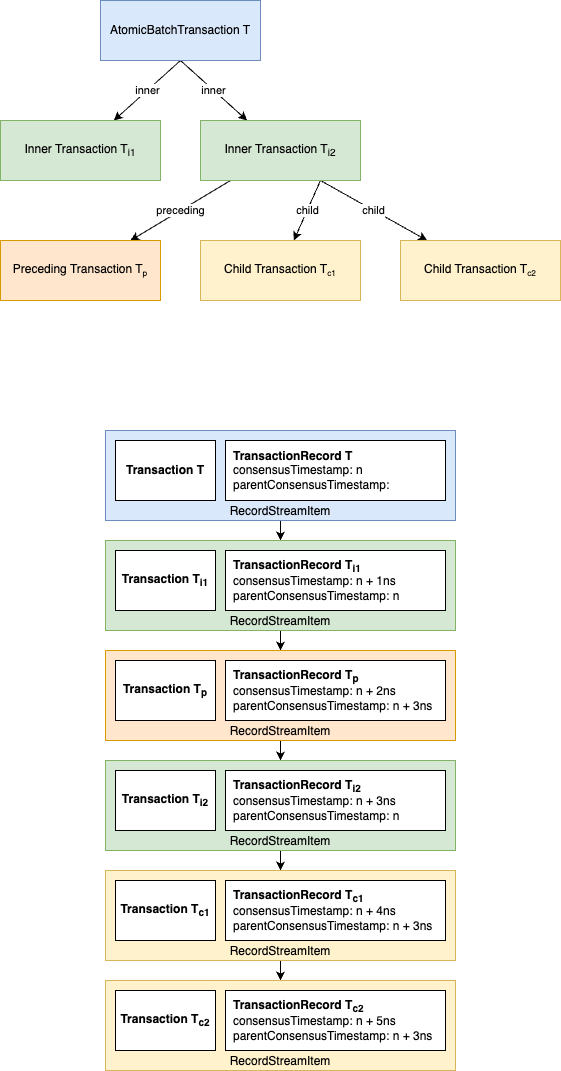
This is assets/hip-551/record-stream.png from hashgraph/hedera-improvement-proposal, a draw.io export, as it was before one commit. Source tidied: cells renumbered, new cells last; positions are measured from the earlier drawing's top-left corner, leaving out a move shared by most shapes.
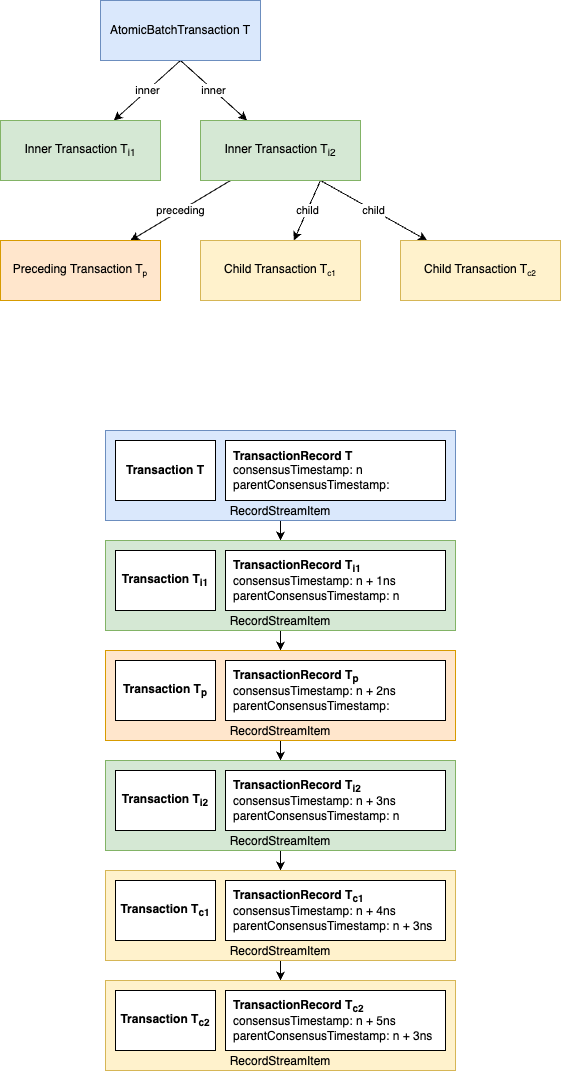
Above is the later version.

What changed in the source:
```diff
@@ -68,7 +68,7 @@
     <mxCell id="23" value="&lt;b&gt;Transaction T&lt;sub&gt;p&lt;/sub&gt;&lt;/b&gt;" style="rounded=0;whiteSpace=wrap;html=1;" parent="1" vertex="1">
       <mxGeometry x="115" y="660" width="100" height="60" as="geometry" />
     </mxCell>
-    <mxCell id="24" value="&lt;b&gt;TransactionRecord&amp;nbsp;T&lt;sub&gt;p&lt;/sub&gt;&lt;/b&gt;&lt;br&gt;consensusTimestamp: n + 2ns&lt;br&gt;parentConsensusTimestamp: n + 3ns" style="rounded=0;whiteSpace=wrap;html=1;align=left;spacing=8;" parent="1" vertex="1">
+    <mxCell id="24" value="&lt;b&gt;TransactionRecord&amp;nbsp;T&lt;sub&gt;p&lt;/sub&gt;&lt;/b&gt;&lt;br&gt;consensusTimestamp: n + 2ns&lt;br&gt;parentConsensusTimestamp:" style="rounded=0;whiteSpace=wrap;html=1;align=left;spacing=8;" parent="1" vertex="1">
       <mxGeometry x="225" y="660" width="220" height="60" as="geometry" />
     </mxCell>
     <mxCell id="25" style="edgeStyle=orthogonalEdgeStyle;rounded=0;jettySize=auto;html=1;exitX=0.5;exitY=1;exitDx=0;exitDy=0;entryX=0.5;entryY=0;entryDx=0;entryDy=0;" parent="1" edge="1" source="26" target="30">
```
